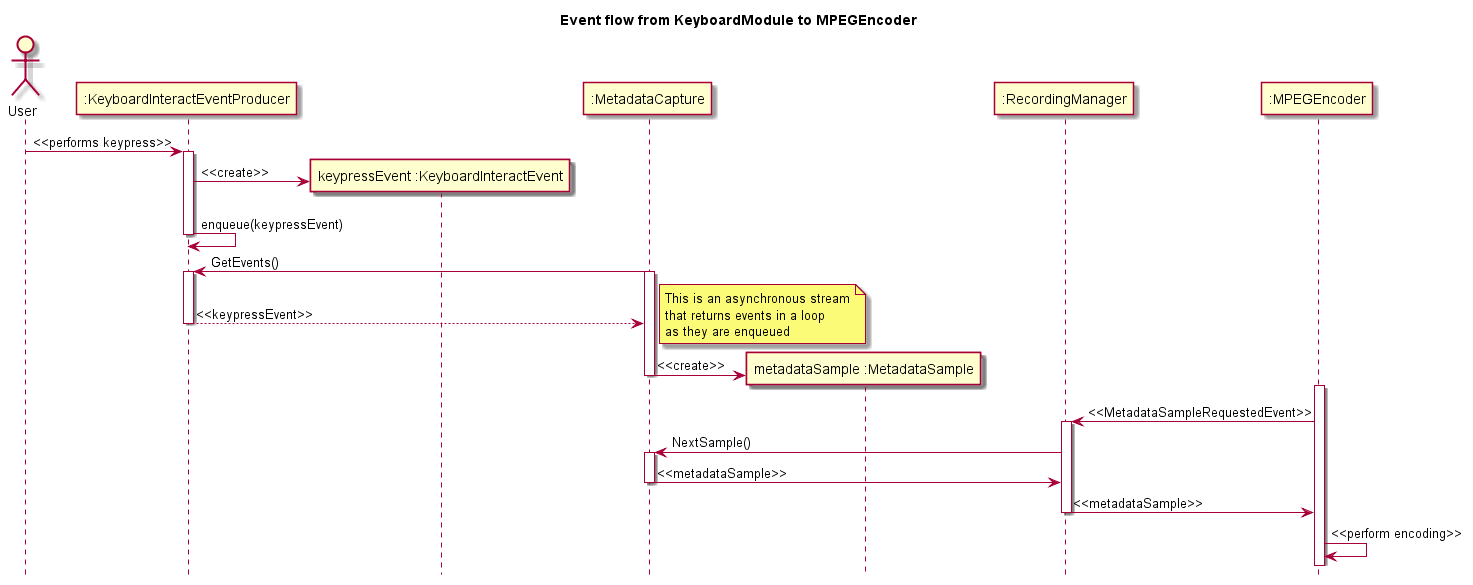
insightmind/MORR keeps this PlantUML diagram as documents/sd/resources/DynamicDiagrams/EventFlowKeyboardToEncoder.png. Above is the earlier version.
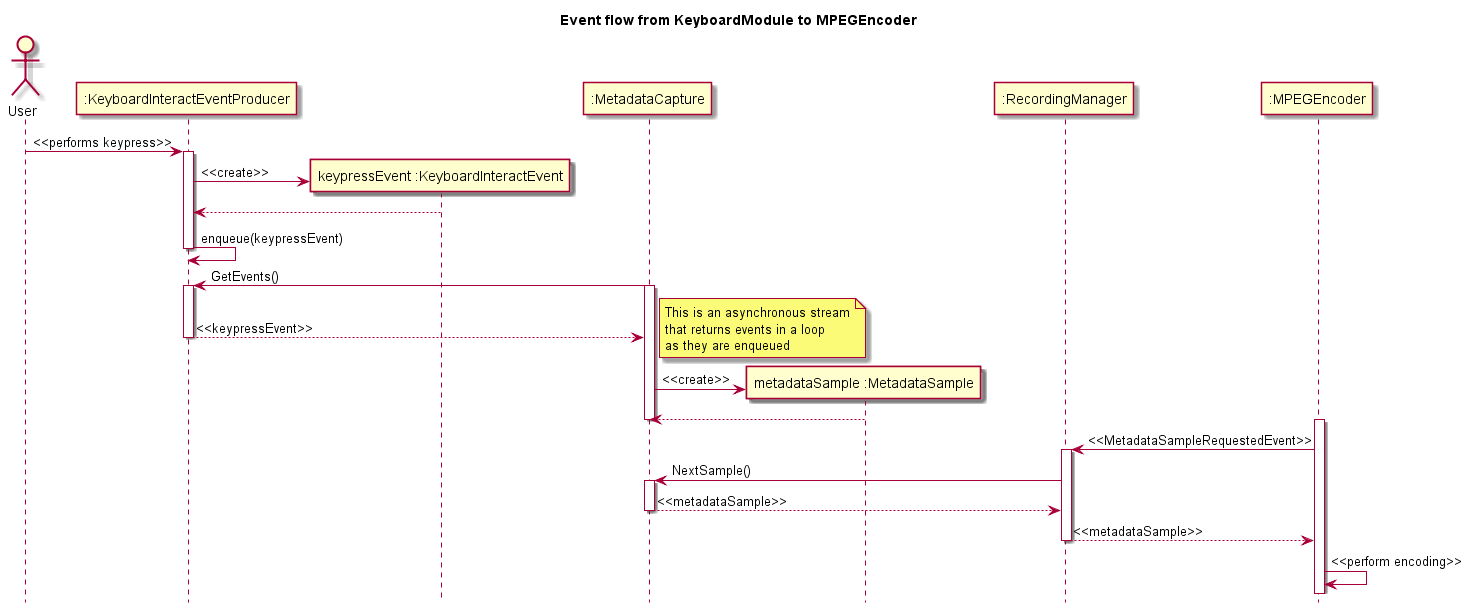
After the change.

Diff of the diagram source:
```diff
@@ -8,6 +8,7 @@
 activate KeyboardEventProducer
 create "keypressEvent :KeyboardInteractEvent" as KeyboardEvent
 KeyboardEventProducer -> KeyboardEvent : <<create>>
+KeyboardEventProducer <-- KeyboardEvent
 KeyboardEventProducer -> KeyboardEventProducer : enqueue(keypressEvent)
 deactivate KeyboardEventProducer
 
@@ -25,6 +26,7 @@
 
 create "metadataSample :MetadataSample" as MetadataSample
 MetadataCapture -> MetadataSample : <<create>>
+MetadataCapture <-- MetadataSample
 deactivate MetadataCapture
 
 participant ":RecordingManager" as RecordingManager
@@ -34,9 +36,9 @@
 activate RecordingManager
 RecordingManager -> MetadataCapture : NextSample()
 activate MetadataCapture
-RecordingManager <- MetadataCapture : <<metadataSample>>
+RecordingManager <-- MetadataCapture : <<metadataSample>>
 deactivate MetadataCapture
-MPEGEncoder <- RecordingManager : <<metadataSample>>
+MPEGEncoder <-- RecordingManager : <<metadataSample>>
 deactivate RecordingManager
 MPEGEncoder -> MPEGEncoder : <<perform encoding>>
 
```
